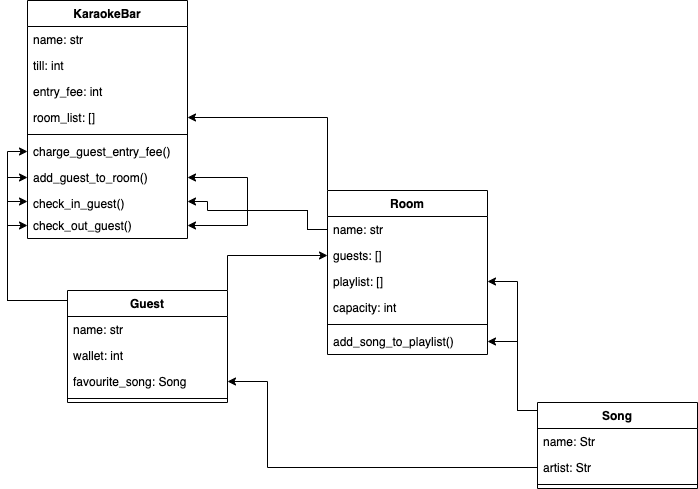
Above: CodeClan_Caraoke.png in StuMcA/multiclass_TDD_homework_ccc (draw.io), before the change. Source tidied: cells renumbered, new cells last; positions are measured from the earlier drawing's top-left corner, leaving out a move shared by most shapes.
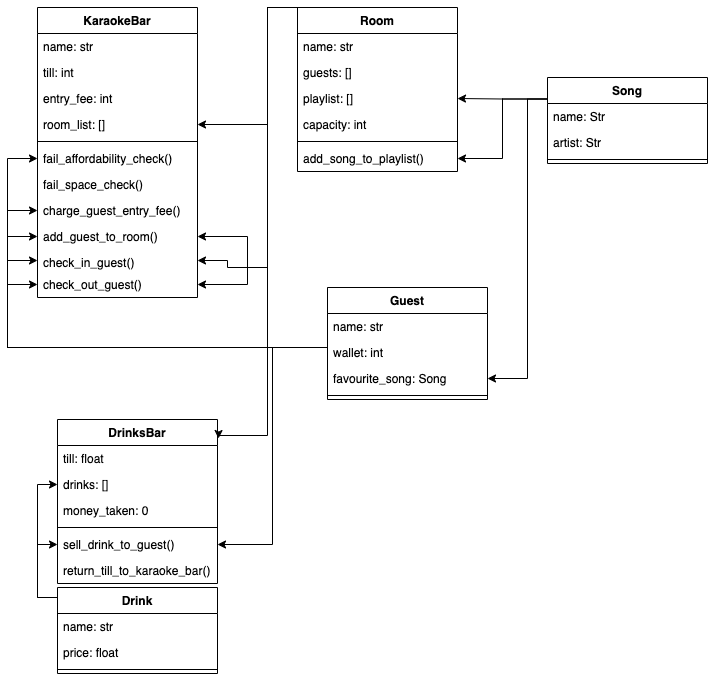
Above is the later version.

What changed in the source:
```diff
@@ -3,10 +3,15 @@
     <mxCell id="0" />
     <mxCell id="1" parent="0" />
     <mxCell id="2" style="edgeStyle=orthogonalEdgeStyle;rounded=0;jettySize=auto;html=1;exitX=0;exitY=0;exitDx=0;exitDy=0;entryX=1;entryY=0.5;entryDx=0;entryDy=0;" parent="1" edge="1" source="3" target="25">
-      <mxGeometry relative="1" as="geometry" />
+      <mxGeometry relative="1" as="geometry">
+        <Array as="points">
+          <mxPoint x="260" y="-50" />
+          <mxPoint x="260" y="67" />
+        </Array>
+      </mxGeometry>
     </mxCell>
     <mxCell id="3" value="Room" style="swimlane;fontStyle=1;align=center;verticalAlign=top;horizontal=1;startSize=26;" parent="1" vertex="1">
-      <mxGeometry x="320" y="190" width="160" height="164" as="geometry" />
+      <mxGeometry x="290" y="-50" width="160" height="164" as="geometry" />
     </mxCell>
     <mxCell id="4" value="name: str" style="text;strokeColor=none;fillColor=none;align=left;verticalAlign=top;spacingLeft=4;spacingRight=4;overflow=hidden;points=[[0,0.5],[1,0.5]];portConstraint=eastwest;" parent="3" vertex="1">
       <mxGeometry y="26" width="160" height="26" as="geometry" />
@@ -26,17 +31,22 @@
     <mxCell id="9" value="add_song_to_playlist()" style="text;strokeColor=none;fillColor=none;align=left;verticalAlign=top;spacingLeft=4;spacingRight=4;overflow=hidden;points=[[0,0.5],[1,0.5]];portConstraint=eastwest;" parent="3" vertex="1">
       <mxGeometry y="138" width="160" height="26" as="geometry" />
     </mxCell>
-    <mxCell id="10" style="edgeStyle=orthogonalEdgeStyle;rounded=0;jettySize=auto;html=1;exitX=0;exitY=0.25;exitDx=0;exitDy=0;entryX=1;entryY=0.5;entryDx=0;entryDy=0;" parent="1" edge="1" source="11" target="6">
-      <mxGeometry relative="1" as="geometry">
-        <Array as="points">
-          <mxPoint x="530" y="410" />
-          <mxPoint x="510" y="410" />
-          <mxPoint x="510" y="281" />
-        </Array>
-      </mxGeometry>
+    <mxCell id="10" style="edgeStyle=orthogonalEdgeStyle;rounded=0;jettySize=auto;html=1;exitX=0;exitY=0.25;exitDx=0;exitDy=0;" parent="1" edge="1" source="11" target="6">
+      <mxGeometry relative="1" as="geometry" />
     </mxCell>
+    <mxCell id="40" style="edgeStyle=orthogonalEdgeStyle;rounded=0;jettySize=auto;html=1;exitX=0;exitY=0.25;exitDx=0;exitDy=0;entryX=1;entryY=0.5;entryDx=0;entryDy=0;" parent="1" edge="1" source="11" target="9">
+      <mxGeometry relative="1" as="geometry" />
+    </mxCell>
+    <mxCell id="41" style="edgeStyle=orthogonalEdgeStyle;rounded=0;jettySize=auto;html=1;exitX=0;exitY=0.25;exitDx=0;exitDy=0;entryX=1;entryY=0.5;entryDx=0;entryDy=0;" parent="1" edge="1" source="11" target="19">
+      <mxGeometry relative="1" as="geometry">
+        <Array as="points">
+          <mxPoint x="520" y="42" />
+          <mxPoint x="520" y="321" />
+        </Array>
+      </mxGeometry>
+    </mxCell>
     <mxCell id="11" value="Song" style="swimlane;fontStyle=1;align=center;verticalAlign=top;horizontal=1;startSize=26;" parent="1" vertex="1">
-      <mxGeometry x="530" y="402" width="160" height="86" as="geometry" />
+      <mxGeometry x="540" y="20" width="160" height="86" as="geometry" />
     </mxCell>
     <mxCell id="12" value="name: Str" style="text;strokeColor=none;fillColor=none;align=left;verticalAlign=top;spacingLeft=4;spacingRight=4;overflow=hidden;points=[[0,0.5],[1,0.5]];portConstraint=eastwest;" parent="11" vertex="1">
       <mxGeometry y="26" width="160" height="26" as="geometry" />
@@ -47,11 +57,16 @@
     <mxCell id="14" style="line;strokeWidth=1;fillColor=none;align=left;verticalAlign=middle;spacingTop=-1;spacingLeft=3;spacingRight=3;labelPosition=right;" parent="11" vertex="1">
       <mxGeometry y="78" width="160" height="8" as="geometry" />
     </mxCell>
-    <mxCell id="15" style="edgeStyle=orthogonalEdgeStyle;rounded=0;jettySize=auto;html=1;exitX=1;exitY=0;exitDx=0;exitDy=0;entryX=0;entryY=0.5;entryDx=0;entryDy=0;" parent="1" edge="1" source="16" target="5">
-      <mxGeometry relative="1" as="geometry" />
-    </mxCell>
+    <mxCell id="42" style="edgeStyle=orthogonalEdgeStyle;rounded=0;jettySize=auto;html=1;exitX=0;exitY=0;exitDx=0;exitDy=0;entryX=0;entryY=0.5;entryDx=0;entryDy=0;" parent="1" edge="1" source="16" target="27">
+      <mxGeometry relative="1" as="geometry">
+        <Array as="points">
+          <mxPoint y="290" />
+          <mxPoint y="101" />
+        </Array>
+      </mxGeometry>
+    </mxCell>
     <mxCell id="16" value="Guest" style="swimlane;fontStyle=1;align=center;verticalAlign=top;horizontal=1;startSize=26;" parent="1" vertex="1">
-      <mxGeometry x="60" y="290" width="160" height="112" as="geometry" />
+      <mxGeometry x="320" y="230" width="160" height="112" as="geometry" />
     </mxCell>
     <mxCell id="17" value="name: str" style="text;strokeColor=none;fillColor=none;align=left;verticalAlign=top;spacingLeft=4;spacingRight=4;overflow=hidden;points=[[0,0.5],[1,0.5]];portConstraint=eastwest;" parent="16" vertex="1">
       <mxGeometry y="26" width="160" height="26" as="geometry" />
@@ -66,7 +81,7 @@
       <mxGeometry y="104" width="160" height="8" as="geometry" />
     </mxCell>
     <mxCell id="21" value="KaraokeBar" style="swimlane;fontStyle=1;align=center;verticalAlign=top;horizontal=1;startSize=26;" parent="1" vertex="1">
-      <mxGeometry x="20" width="160" height="238" as="geometry" />
+      <mxGeometry x="30" y="-50" width="160" height="290" as="geometry" />
     </mxCell>
     <mxCell id="22" value="name: str" style="text;strokeColor=none;fillColor=none;align=left;verticalAlign=top;spacingLeft=4;spacingRight=4;overflow=hidden;" parent="21" vertex="1">
       <mxGeometry y="26" width="160" height="26" as="geometry" />
@@ -83,100 +98,161 @@
     <mxCell id="26" style="line;strokeWidth=1;fillColor=none;align=left;verticalAlign=middle;spacingTop=-1;spacingLeft=3;spacingRight=3;labelPosition=right;" parent="21" vertex="1">
       <mxGeometry y="130" width="160" height="8" as="geometry" />
     </mxCell>
-    <mxCell id="27" value="charge_guest_entry_fee()" style="text;strokeColor=none;fillColor=none;align=left;verticalAlign=top;spacingLeft=4;spacingRight=4;overflow=hidden;points=[[0,0.5],[1,0.5]];portConstraint=eastwest;" parent="21" vertex="1">
+    <mxCell id="27" value="fail_affordability_check()" style="text;strokeColor=none;fillColor=none;align=left;verticalAlign=top;spacingLeft=4;spacingRight=4;overflow=hidden;points=[[0,0.5],[1,0.5]];portConstraint=eastwest;" parent="21" vertex="1">
       <mxGeometry y="138" width="160" height="26" as="geometry" />
     </mxCell>
+    <mxCell id="43" value="fail_space_check()" style="text;strokeColor=none;fillColor=none;align=left;verticalAlign=top;spacingLeft=4;spacingRight=4;overflow=hidden;" parent="21" vertex="1">
+      <mxGeometry y="164" width="160" height="26" as="geometry" />
+    </mxCell>
+    <mxCell id="44" value="charge_guest_entry_fee()" style="text;strokeColor=none;fillColor=none;align=left;verticalAlign=top;spacingLeft=4;spacingRight=4;overflow=hidden;points=[[0,0.5],[1,0.5]];portConstraint=eastwest;" parent="21" vertex="1">
+      <mxGeometry y="190" width="160" height="26" as="geometry" />
+    </mxCell>
     <mxCell id="28" value="add_guest_to_room()" style="text;strokeColor=none;fillColor=none;align=left;verticalAlign=top;spacingLeft=4;spacingRight=4;overflow=hidden;points=[[0,0.5],[1,0.5]];portConstraint=eastwest;" parent="21" vertex="1">
-      <mxGeometry y="164" width="160" height="26" as="geometry" />
+      <mxGeometry y="216" width="160" height="26" as="geometry" />
     </mxCell>
     <mxCell id="29" value="check_in_guest()" style="text;strokeColor=none;fillColor=none;align=left;verticalAlign=top;spacingLeft=4;spacingRight=4;overflow=hidden;points=[[0,0.5],[1,0.5]];portConstraint=eastwest;" parent="21" vertex="1">
-      <mxGeometry y="190" width="160" height="22" as="geometry" />
+      <mxGeometry y="242" width="160" height="22" as="geometry" />
     </mxCell>
     <mxCell id="30" value="check_out_guest()" style="text;strokeColor=none;fillColor=none;align=left;verticalAlign=top;spacingLeft=4;spacingRight=4;overflow=hidden;points=[[0,0.5],[1,0.5]];portConstraint=eastwest;" parent="21" vertex="1">
-      <mxGeometry y="212" width="160" height="26" as="geometry" />
+      <mxGeometry y="264" width="160" height="26" as="geometry" />
     </mxCell>
     <mxCell id="31" style="edgeStyle=orthogonalEdgeStyle;rounded=0;jettySize=auto;html=1;exitX=0;exitY=0.5;exitDx=0;exitDy=0;entryX=0;entryY=0.5;entryDx=0;entryDy=0;" parent="1" edge="1" source="17" target="28">
       <mxGeometry relative="1" as="geometry">
         <Array as="points">
-          <mxPoint x="60" y="300" />
-          <mxPoint y="300" />
-          <mxPoint y="177" />
+          <mxPoint x="320" y="290" />
+          <mxPoint y="290" />
+          <mxPoint y="179" />
         </Array>
       </mxGeometry>
     </mxCell>
     <mxCell id="32" style="edgeStyle=orthogonalEdgeStyle;rounded=0;jettySize=auto;html=1;exitX=0;exitY=0.5;exitDx=0;exitDy=0;entryX=0;entryY=0.5;entryDx=0;entryDy=0;" parent="1" edge="1" source="17" target="30">
       <mxGeometry relative="1" as="geometry">
         <Array as="points">
-          <mxPoint x="60" y="300" />
-          <mxPoint y="300" />
-          <mxPoint y="225" />
+          <mxPoint x="320" y="290" />
+          <mxPoint y="290" />
+          <mxPoint y="227" />
         </Array>
       </mxGeometry>
     </mxCell>
-    <mxCell id="33" style="edgeStyle=orthogonalEdgeStyle;rounded=0;jettySize=auto;html=1;exitX=0;exitY=0.5;exitDx=0;exitDy=0;entryX=1;entryY=0.5;entryDx=0;entryDy=0;" parent="1" edge="1" source="12" target="9">
-      <mxGeometry relative="1" as="geometry">
-        <Array as="points">
-          <mxPoint x="530" y="410" />
-          <mxPoint x="510" y="410" />
-          <mxPoint x="510" y="341" />
-        </Array>
-      </mxGeometry>
-    </mxCell>
-    <mxCell id="34" style="edgeStyle=orthogonalEdgeStyle;rounded=0;jettySize=auto;html=1;exitX=0;exitY=0.5;exitDx=0;exitDy=0;entryX=0;entryY=0.5;entryDx=0;entryDy=0;" parent="1" edge="1" source="17" target="27">
-      <mxGeometry relative="1" as="geometry">
-        <Array as="points">
-          <mxPoint x="60" y="300" />
-          <mxPoint y="300" />
-          <mxPoint y="151" />
-        </Array>
-      </mxGeometry>
-    </mxCell>
     <mxCell id="35" style="edgeStyle=orthogonalEdgeStyle;rounded=0;jettySize=auto;html=1;exitX=0;exitY=0.5;exitDx=0;exitDy=0;entryX=1;entryY=0.5;entryDx=0;entryDy=0;" parent="1" edge="1" source="4" target="28">
       <mxGeometry relative="1" as="geometry">
         <Array as="points">
-          <mxPoint x="300" y="229" />
-          <mxPoint x="300" y="210" />
+          <mxPoint x="290" y="-50" />
+          <mxPoint x="260" y="-50" />
+          <mxPoint x="260" y="210" />
           <mxPoint x="240" y="210" />
-          <mxPoint x="240" y="177" />
+          <mxPoint x="240" y="179" />
         </Array>
       </mxGeometry>
     </mxCell>
     <mxCell id="36" style="edgeStyle=orthogonalEdgeStyle;rounded=0;jettySize=auto;html=1;exitX=0;exitY=0.5;exitDx=0;exitDy=0;entryX=0;entryY=0.5;entryDx=0;entryDy=0;" parent="1" edge="1" source="17" target="29">
       <mxGeometry relative="1" as="geometry">
         <Array as="points">
-          <mxPoint x="60" y="300" />
-          <mxPoint y="300" />
-          <mxPoint y="201" />
+          <mxPoint x="320" y="290" />
+          <mxPoint y="290" />
+          <mxPoint y="203" />
         </Array>
       </mxGeometry>
     </mxCell>
     <mxCell id="37" style="edgeStyle=orthogonalEdgeStyle;rounded=0;jettySize=auto;html=1;exitX=0;exitY=0.5;exitDx=0;exitDy=0;entryX=1;entryY=0.5;entryDx=0;entryDy=0;" parent="1" edge="1" source="4" target="29">
       <mxGeometry relative="1" as="geometry">
         <Array as="points">
-          <mxPoint x="300" y="229" />
-          <mxPoint x="300" y="210" />
-          <mxPoint x="200" y="210" />
-          <mxPoint x="200" y="201" />
+          <mxPoint x="290" y="-50" />
+          <mxPoint x="260" y="-50" />
+          <mxPoint x="260" y="210" />
+          <mxPoint x="220" y="210" />
+          <mxPoint x="220" y="203" />
         </Array>
       </mxGeometry>
     </mxCell>
     <mxCell id="38" style="edgeStyle=orthogonalEdgeStyle;rounded=0;jettySize=auto;html=1;exitX=0;exitY=0.5;exitDx=0;exitDy=0;entryX=1;entryY=0.5;entryDx=0;entryDy=0;" parent="1" edge="1" source="4" target="30">
       <mxGeometry relative="1" as="geometry">
         <Array as="points">
-          <mxPoint x="300" y="229" />
-          <mxPoint x="300" y="210" />
+          <mxPoint x="290" y="-50" />
+          <mxPoint x="260" y="-50" />
+          <mxPoint x="260" y="210" />
           <mxPoint x="240" y="210" />
-          <mxPoint x="240" y="225" />
+          <mxPoint x="240" y="227" />
         </Array>
       </mxGeometry>
     </mxCell>
-    <mxCell id="39" style="edgeStyle=orthogonalEdgeStyle;rounded=0;jettySize=auto;html=1;exitX=0;exitY=0.5;exitDx=0;exitDy=0;entryX=1;entryY=0.5;entryDx=0;entryDy=0;" parent="1" edge="1" source="13" target="19">
-      <mxGeometry relative="1" as="geometry">
-        <Array as="points">
-          <mxPoint x="260" y="467" />
-          <mxPoint x="260" y="381" />
-        </Array>
-      </mxGeometry>
-    </mxCell>
+    <mxCell id="45" value="DrinksBar" style="swimlane;fontStyle=1;align=center;verticalAlign=top;horizontal=1;startSize=26;" parent="1" vertex="1">
+      <mxGeometry x="50" y="362" width="160" height="164" as="geometry" />
+    </mxCell>
+    <mxCell id="46" value="till: float" style="text;strokeColor=none;fillColor=none;align=left;verticalAlign=top;spacingLeft=4;spacingRight=4;overflow=hidden;" parent="45" vertex="1">
+      <mxGeometry y="26" width="160" height="26" as="geometry" />
+    </mxCell>
+    <mxCell id="47" value="drinks: []" style="text;strokeColor=none;fillColor=none;align=left;verticalAlign=top;spacingLeft=4;spacingRight=4;overflow=hidden;points=[[0,0.5],[1,0.5]];portConstraint=eastwest;" parent="45" vertex="1">
+      <mxGeometry y="52" width="160" height="26" as="geometry" />
+    </mxCell>
+    <mxCell id="48" value="money_taken: 0" style="text;strokeColor=none;fillColor=none;align=left;verticalAlign=top;spacingLeft=4;spacingRight=4;overflow=hidden;" parent="45" vertex="1">
+      <mxGeometry y="78" width="160" height="26" as="geometry" />
+    </mxCell>
+    <mxCell id="49" style="line;strokeWidth=1;fillColor=none;align=left;verticalAlign=middle;spacingTop=-1;spacingLeft=3;spacingRight=3;labelPosition=right;" parent="45" vertex="1">
+      <mxGeometry y="104" width="160" height="8" as="geometry" />
+    </mxCell>
+    <mxCell id="50" value="sell_drink_to_guest()" style="text;strokeColor=none;fillColor=none;align=left;verticalAlign=top;spacingLeft=4;spacingRight=4;overflow=hidden;points=[[0,0.5],[1,0.5]];portConstraint=eastwest;" parent="45" vertex="1">
+      <mxGeometry y="112" width="160" height="26" as="geometry" />
+    </mxCell>
+    <mxCell id="51" value="return_till_to_karaoke_bar()" style="text;strokeColor=none;fillColor=none;align=left;verticalAlign=top;spacingLeft=4;spacingRight=4;overflow=hidden;" parent="45" vertex="1">
+      <mxGeometry y="138" width="160" height="26" as="geometry" />
+    </mxCell>
+    <mxCell id="52" style="edgeStyle=orthogonalEdgeStyle;rounded=0;jettySize=auto;html=1;exitX=0;exitY=0.5;exitDx=0;exitDy=0;entryX=0;entryY=0.5;entryDx=0;entryDy=0;" parent="1" edge="1" source="17" target="44">
+      <mxGeometry relative="1" as="geometry">
+        <Array as="points">
+          <mxPoint x="320" y="290" />
+          <mxPoint y="290" />
+          <mxPoint y="153" />
+        </Array>
+      </mxGeometry>
+    </mxCell>
+    <mxCell id="53" style="edgeStyle=orthogonalEdgeStyle;rounded=0;jettySize=auto;html=1;exitX=0;exitY=0.25;exitDx=0;exitDy=0;entryX=0;entryY=0.5;entryDx=0;entryDy=0;" parent="1" edge="1" source="54" target="47">
+      <mxGeometry relative="1" as="geometry">
+        <Array as="points">
+          <mxPoint x="50" y="540" />
+          <mxPoint x="30" y="540" />
+          <mxPoint x="30" y="427" />
+        </Array>
+      </mxGeometry>
+    </mxCell>
+    <mxCell id="54" value="Drink" style="swimlane;fontStyle=1;align=center;verticalAlign=top;horizontal=1;startSize=26;" parent="1" vertex="1">
+      <mxGeometry x="50" y="530" width="160" height="86" as="geometry" />
+    </mxCell>
+    <mxCell id="55" value="name: str" style="text;strokeColor=none;fillColor=none;align=left;verticalAlign=top;spacingLeft=4;spacingRight=4;overflow=hidden;points=[[0,0.5],[1,0.5]];portConstraint=eastwest;" parent="54" vertex="1">
+      <mxGeometry y="26" width="160" height="26" as="geometry" />
+    </mxCell>
+    <mxCell id="56" value="price: float" style="text;strokeColor=none;fillColor=none;align=left;verticalAlign=top;spacingLeft=4;spacingRight=4;overflow=hidden;" parent="54" vertex="1">
+      <mxGeometry y="52" width="160" height="26" as="geometry" />
+    </mxCell>
+    <mxCell id="57" style="line;strokeWidth=1;fillColor=none;align=left;verticalAlign=middle;spacingTop=-1;spacingLeft=3;spacingRight=3;labelPosition=right;" parent="54" vertex="1">
+      <mxGeometry y="78" width="160" height="8" as="geometry" />
+    </mxCell>
+    <mxCell id="58" style="edgeStyle=orthogonalEdgeStyle;rounded=0;jettySize=auto;html=1;exitX=0;exitY=0.5;exitDx=0;exitDy=0;entryX=0;entryY=0.5;entryDx=0;entryDy=0;" parent="1" edge="1" source="55" target="50">
+      <mxGeometry relative="1" as="geometry">
+        <Array as="points">
+          <mxPoint x="50" y="540" />
+          <mxPoint x="30" y="540" />
+          <mxPoint x="30" y="487" />
+        </Array>
+      </mxGeometry>
+    </mxCell>
+    <mxCell id="59" style="edgeStyle=orthogonalEdgeStyle;rounded=0;jettySize=auto;html=1;exitX=0;exitY=0.5;exitDx=0;exitDy=0;entryX=1;entryY=0.5;entryDx=0;entryDy=0;" parent="1" edge="1" source="18" target="50">
+      <mxGeometry relative="1" as="geometry">
+        <Array as="points">
+          <mxPoint x="320" y="290" />
+          <mxPoint x="265" y="290" />
+          <mxPoint x="265" y="487" />
+        </Array>
+      </mxGeometry>
+    </mxCell>
+    <mxCell id="60" style="edgeStyle=orthogonalEdgeStyle;rounded=0;jettySize=auto;html=1;exitX=0;exitY=0.5;exitDx=0;exitDy=0;entryX=1.006;entryY=0.116;entryDx=0;entryDy=0;entryPerimeter=0;" parent="1" edge="1" source="4" target="45">
+      <mxGeometry relative="1" as="geometry">
+        <Array as="points">
+          <mxPoint x="290" y="-50" />
+          <mxPoint x="260" y="-50" />
+          <mxPoint x="260" y="378" />
+        </Array>
+      </mxGeometry>
+    </mxCell>
   </root>
 </mxGraphModel>
```
